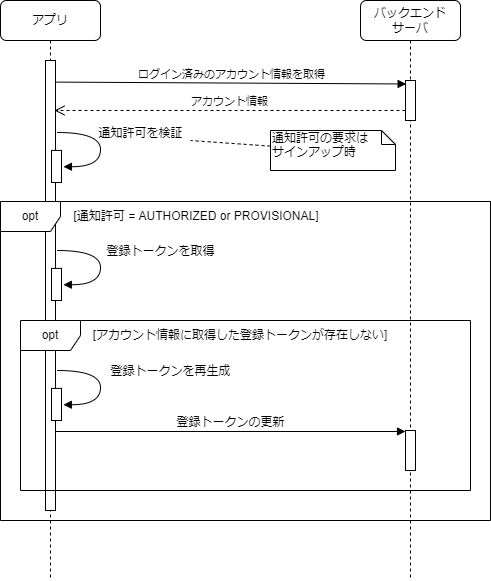
This is website/docs/react-native/santoku/application-architecture/push-notification/register-token.drawio.png from ws-4020/mobile-app-crib-notes, a draw.io export, as it was before one commit. Source tidied: cells renumbered, new cells last; positions are measured from the earlier drawing's top-left corner, leaving out a move shared by most shapes. The source it was exported from:
```xml
<mxGraphModel>
  <root>
    <mxCell id="0" />
    <mxCell id="1" parent="0" />
    <mxCell id="2" value="アプリ" style="shape=umlLifeline;perimeter=lifelinePerimeter;whiteSpace=wrap;html=1;rounded=1;shadow=0;comic=0;labelBackgroundColor=none;strokeWidth=1;fontFamily=Verdana;fontSize=12;align=center;" parent="1" vertex="1">
      <mxGeometry width="100" height="580" as="geometry" />
    </mxCell>
    <mxCell id="3" style="html=1;points=[];perimeter=orthogonalPerimeter;rounded=0;shadow=0;comic=0;labelBackgroundColor=none;strokeWidth=1;fontFamily=Verdana;fontSize=12;align=center;" parent="2" vertex="1">
      <mxGeometry x="45" y="60" width="10" height="450" as="geometry" />
    </mxCell>
    <mxCell id="4" style="html=1;points=[];perimeter=orthogonalPerimeter;rounded=0;shadow=0;comic=0;labelBackgroundColor=none;strokeWidth=1;fontFamily=Verdana;fontSize=12;align=center;" parent="2" vertex="1">
      <mxGeometry x="51" y="149.9" width="10" height="32.1" as="geometry" />
    </mxCell>
    <mxCell id="5" value="通知許可を検証" style="html=1;verticalAlign=bottom;endArrow=block;labelBackgroundColor=none;fontFamily=Verdana;fontSize=12;elbow=vertical;edgeStyle=orthogonalEdgeStyle;curved=1;exitX=1.038;exitY=0.345;exitPerimeter=0;entryX=1.192;entryY=0.509;entryDx=0;entryDy=0;entryPerimeter=0;" parent="2" edge="1" target="4">
      <mxGeometry x="-0.07" y="40" relative="1" as="geometry">
        <mxPoint x="56.4" y="132" as="sourcePoint" />
        <Array as="points">
          <mxPoint x="100" y="132" />
          <mxPoint x="100" y="166" />
        </Array>
      </mxGeometry>
    </mxCell>
    <mxCell id="6" value="opt" style="shape=umlFrame;whiteSpace=wrap;html=1;" parent="1" vertex="1">
      <mxGeometry y="201" width="490" height="319" as="geometry" />
    </mxCell>
    <mxCell id="7" value="opt" style="shape=umlFrame;whiteSpace=wrap;html=1;" parent="1" vertex="1">
      <mxGeometry x="20" y="320" width="450" height="170" as="geometry" />
    </mxCell>
    <mxCell id="8" value="バックエンド&lt;br&gt;サーバ" style="shape=umlLifeline;perimeter=lifelinePerimeter;whiteSpace=wrap;html=1;rounded=1;shadow=0;comic=0;labelBackgroundColor=none;strokeWidth=1;fontFamily=Verdana;fontSize=12;align=center;" parent="1" vertex="1">
      <mxGeometry x="360" width="100" height="580" as="geometry" />
    </mxCell>
    <mxCell id="9" style="html=1;perimeter=orthogonalPerimeter;rounded=0;shadow=0;comic=0;labelBackgroundColor=none;strokeWidth=1;fontFamily=Verdana;fontSize=12;align=center;" parent="8" vertex="1">
      <mxGeometry x="45" y="430" width="10" height="40" as="geometry" />
    </mxCell>
    <mxCell id="10" style="html=1;points=[];perimeter=orthogonalPerimeter;" parent="8" vertex="1">
      <mxGeometry x="45" y="80" width="10" height="40" as="geometry" />
    </mxCell>
    <mxCell id="11" value="通知許可の要求は&lt;br&gt;サインアップ時" style="shape=note;whiteSpace=wrap;html=1;size=14;verticalAlign=top;align=left;spacingTop=-6;rounded=0;shadow=0;comic=0;labelBackgroundColor=none;strokeWidth=1;fontFamily=Verdana;fontSize=12;" parent="8" vertex="1">
      <mxGeometry x="-90" y="130" width="125" height="40" as="geometry" />
    </mxCell>
    <mxCell id="12" value="登録トークンの更新" style="html=1;verticalAlign=bottom;endArrow=block;entryX=0;entryY=0;labelBackgroundColor=none;fontFamily=Verdana;fontSize=12;edgeStyle=elbowEdgeStyle;elbow=vertical;" parent="1" edge="1">
      <mxGeometry relative="1" as="geometry">
        <mxPoint x="55" y="431" as="sourcePoint" />
        <mxPoint x="405" y="431" as="targetPoint" />
      </mxGeometry>
    </mxCell>
    <mxCell id="13" value="[通知許可 = AUTHORIZED or PROVISIONAL]" style="text;html=1;strokeColor=none;fillColor=none;align=center;verticalAlign=middle;whiteSpace=wrap;rounded=0;" parent="1" vertex="1">
      <mxGeometry x="61" y="201" width="270" height="30" as="geometry" />
    </mxCell>
    <mxCell id="14" value="ログイン済みのアカウント情報を取得" style="html=1;verticalAlign=bottom;endArrow=block;entryX=0.062;entryY=0.087;rounded=0;exitX=1.076;exitY=0.048;exitDx=0;exitDy=0;exitPerimeter=0;entryDx=0;entryDy=0;entryPerimeter=0;" parent="1" edge="1" source="3" target="10">
      <mxGeometry relative="1" as="geometry" />
    </mxCell>
    <mxCell id="15" value="アカウント情報" style="html=1;verticalAlign=bottom;endArrow=open;dashed=1;endSize=8;exitX=0;exitY=0.95;rounded=0;entryX=0.9;entryY=0.2;entryDx=0;entryDy=0;entryPerimeter=0;" parent="1" edge="1">
      <mxGeometry relative="1" as="geometry">
        <mxPoint x="405" y="110" as="sourcePoint" />
        <mxPoint x="54" y="110" as="targetPoint" />
      </mxGeometry>
    </mxCell>
    <mxCell id="16" style="html=1;points=[];perimeter=orthogonalPerimeter;rounded=0;shadow=0;comic=0;labelBackgroundColor=none;strokeWidth=1;fontFamily=Verdana;fontSize=12;align=center;" parent="1" vertex="1">
      <mxGeometry x="51" y="267.9" width="10" height="32.1" as="geometry" />
    </mxCell>
    <mxCell id="17" value="登録トークンを取得" style="html=1;verticalAlign=bottom;endArrow=block;labelBackgroundColor=none;fontFamily=Verdana;fontSize=12;elbow=vertical;edgeStyle=orthogonalEdgeStyle;curved=1;exitX=1.038;exitY=0.345;exitPerimeter=0;entryX=1.192;entryY=0.509;entryDx=0;entryDy=0;entryPerimeter=0;" parent="1" edge="1" target="16">
      <mxGeometry x="-0.07" y="60" relative="1" as="geometry">
        <mxPoint x="56.4" y="250" as="sourcePoint" />
        <Array as="points">
          <mxPoint x="100" y="250" />
          <mxPoint x="100" y="284" />
        </Array>
      </mxGeometry>
    </mxCell>
    <mxCell id="18" value="[アカウント情報に取得した登録トークンが存在しない]" style="text;html=1;strokeColor=none;fillColor=none;align=center;verticalAlign=middle;whiteSpace=wrap;rounded=0;" parent="1" vertex="1">
      <mxGeometry x="90" y="320" width="300" height="30" as="geometry" />
    </mxCell>
    <mxCell id="19" style="html=1;points=[];perimeter=orthogonalPerimeter;rounded=0;shadow=0;comic=0;labelBackgroundColor=none;strokeWidth=1;fontFamily=Verdana;fontSize=12;align=center;" parent="1" vertex="1">
      <mxGeometry x="51" y="387.9" width="10" height="32.1" as="geometry" />
    </mxCell>
    <mxCell id="20" value="登録トークンを再生成" style="html=1;verticalAlign=bottom;endArrow=block;labelBackgroundColor=none;fontFamily=Verdana;fontSize=12;elbow=vertical;edgeStyle=orthogonalEdgeStyle;curved=1;exitX=1.038;exitY=0.345;exitPerimeter=0;entryX=1.192;entryY=0.509;entryDx=0;entryDy=0;entryPerimeter=0;" parent="1" edge="1" target="19">
      <mxGeometry x="-0.07" y="70" relative="1" as="geometry">
        <mxPoint x="56.4" y="370" as="sourcePoint" />
        <Array as="points">
          <mxPoint x="100" y="370" />
          <mxPoint x="100" y="404" />
        </Array>
      </mxGeometry>
    </mxCell>
    <mxCell id="21" style="edgeStyle=none;rounded=0;jettySize=auto;html=1;dashed=1;endArrow=none;endFill=0;" parent="1" edge="1" source="11">
      <mxGeometry relative="1" as="geometry">
        <mxPoint x="190" y="140" as="targetPoint" />
      </mxGeometry>
    </mxCell>
  </root>
</mxGraphModel>
```
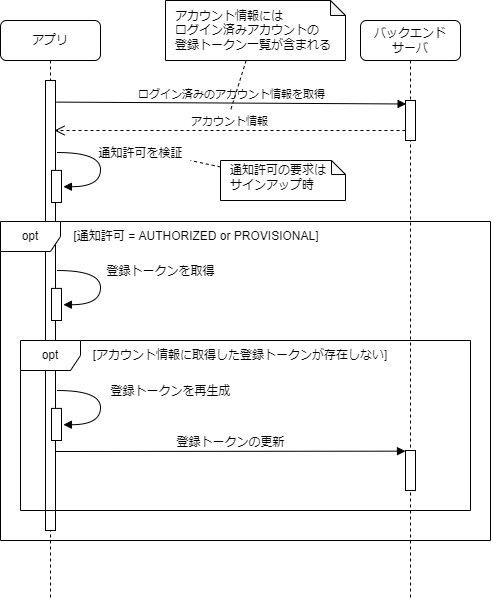
The same diagram one commit later.

Change to the diagram source:
```diff
@@ -35,9 +35,6 @@
     <mxCell id="10" style="html=1;points=[];perimeter=orthogonalPerimeter;" parent="8" vertex="1">
       <mxGeometry x="45" y="80" width="10" height="40" as="geometry" />
     </mxCell>
-    <mxCell id="11" value="通知許可の要求は&lt;br&gt;サインアップ時" style="shape=note;whiteSpace=wrap;html=1;size=14;verticalAlign=top;align=left;spacingTop=-6;rounded=0;shadow=0;comic=0;labelBackgroundColor=none;strokeWidth=1;fontFamily=Verdana;fontSize=12;" parent="8" vertex="1">
-      <mxGeometry x="-90" y="130" width="125" height="40" as="geometry" />
-    </mxCell>
     <mxCell id="12" value="登録トークンの更新" style="html=1;verticalAlign=bottom;endArrow=block;entryX=0;entryY=0;labelBackgroundColor=none;fontFamily=Verdana;fontSize=12;edgeStyle=elbowEdgeStyle;elbow=vertical;" parent="1" edge="1">
       <mxGeometry relative="1" as="geometry">
         <mxPoint x="55" y="431" as="sourcePoint" />
@@ -88,5 +85,16 @@
         <mxPoint x="190" y="140" as="targetPoint" />
       </mxGeometry>
     </mxCell>
+    <mxCell id="22" style="rounded=0;jettySize=auto;html=1;fontSize=12;dashed=1;endArrow=none;endFill=0;" parent="1" edge="1" source="23">
+      <mxGeometry relative="1" as="geometry">
+        <mxPoint x="230" y="90" as="targetPoint" />
+      </mxGeometry>
+    </mxCell>
+    <mxCell id="23" value="アカウント情報には&lt;br style=&quot;font-size: 12px;&quot;&gt;ログイン済みアカウントの&lt;br style=&quot;font-size: 12px;&quot;&gt;登録トークン一覧が含まれる" style="shape=note;whiteSpace=wrap;html=1;backgroundOutline=1;darkOpacity=0.05;fontSize=12;size=15;align=left;spacingTop=0;spacingLeft=8;" parent="1" vertex="1">
+      <mxGeometry x="165" y="-20" width="180" height="60" as="geometry" />
+    </mxCell>
+    <mxCell id="11" value="通知許可の要求は&lt;br&gt;サインアップ時" style="shape=note;whiteSpace=wrap;html=1;size=14;verticalAlign=middle;align=left;spacingTop=-6;rounded=0;shadow=0;comic=0;labelBackgroundColor=none;strokeWidth=1;fontFamily=Verdana;fontSize=12;spacingLeft=8;" parent="1" vertex="1">
+      <mxGeometry x="220" y="140" width="125" height="40" as="geometry" />
+    </mxCell>
   </root>
 </mxGraphModel>
```
